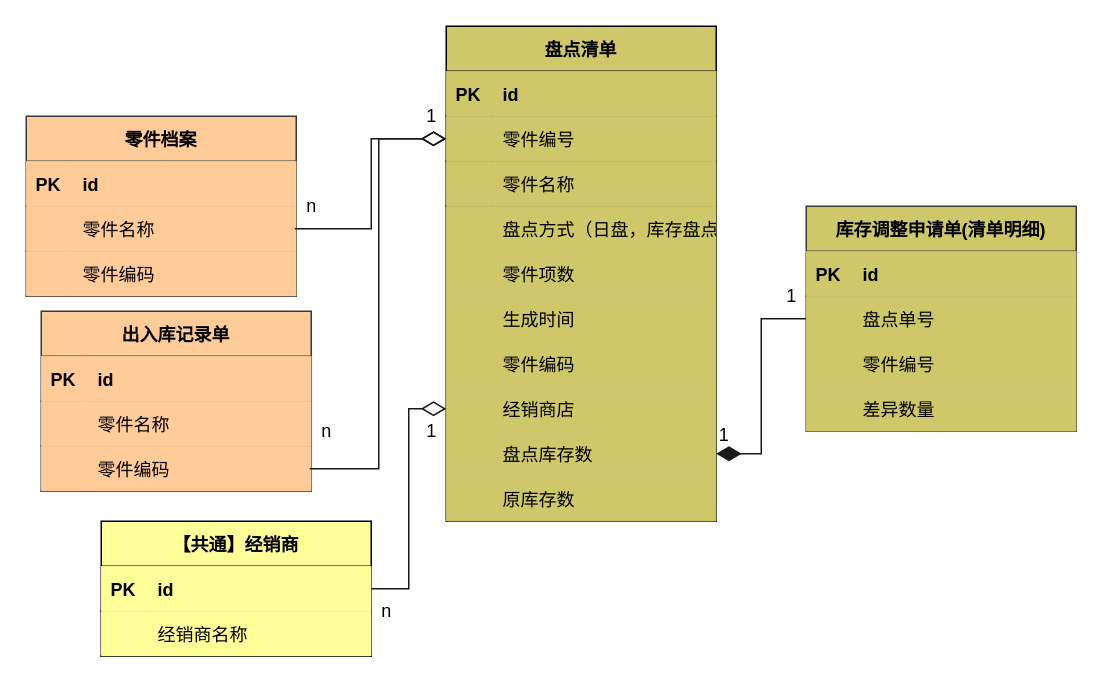
Earlier version of the draw.io diagram page "聚合根" (5 of 6) of 库存管理-库存盘点.drawio (1132489442/gitRepository1). Source tidied: cells renumbered, new cells numbered last; positions are measured from the earlier drawing's top-left corner, leaving out a move shared by most shapes. Both pictures are drawn from the tidied source at 150%, with x=0, y=0 at pixel (26, 26).
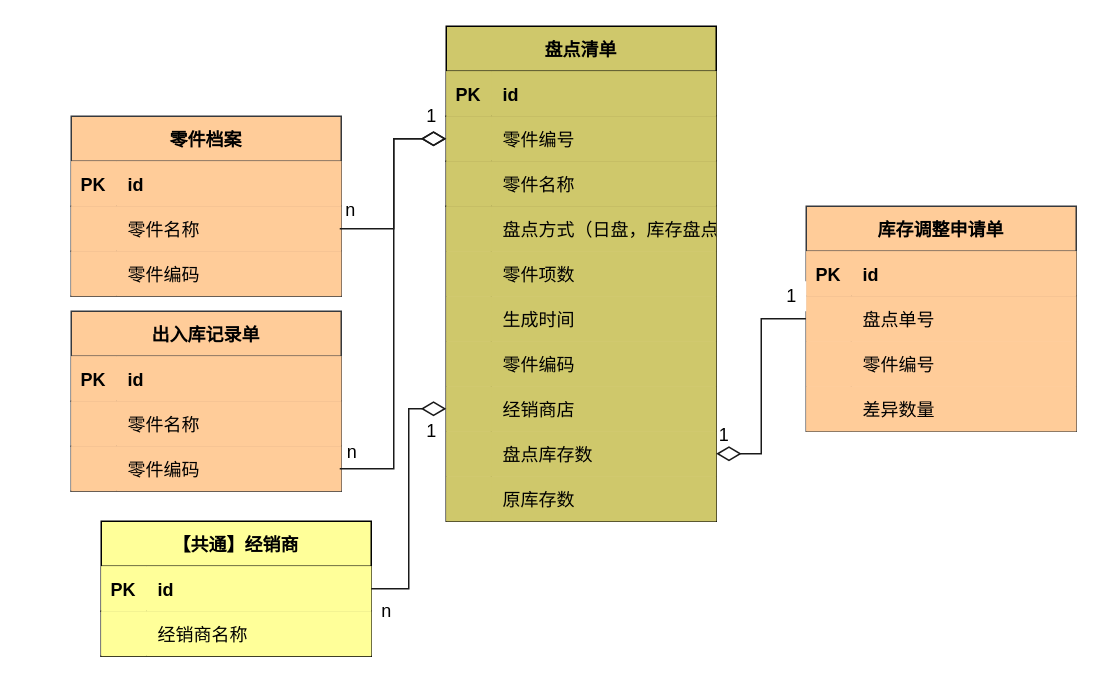
After the change.

Unchanged cells that the change refers to:
```xml
<mxCell id="27" style="shape=tableRow;horizontal=0;startSize=0;swimlaneHead=0;swimlaneBody=0;fillColor=#CFC86B;points=[[0,0.5],[1,0.5]];portConstraint=eastwest;top=0;left=0;right=0;bottom=0;" parent="2" vertex="1">
  <mxGeometry y="270" width="180" height="30" as="geometry" />
</mxCell>
```

Change to the diagram source:
```diff
@@
     <mxCell id="33" value="零件档案" style="shape=table;startSize=30;childLayout=tableLayout;rowLines=0;fontStyle=1;align=center;fillColor=#ffcc99;strokeColor=#36393d;" parent="1" vertex="1">
-      <mxGeometry y="60" width="180" height="120" as="geometry" />
+      <mxGeometry x="30" y="60" width="180" height="120" as="geometry" />
     </mxCell>
@@
     <mxCell id="43" value="出入库记录单" style="shape=table;startSize=30;childLayout=tableLayout;rowLines=0;fontStyle=1;align=center;fillColor=#ffcc99;strokeColor=#36393d;" parent="1" vertex="1">
-      <mxGeometry x="10" y="190" width="180" height="120" as="geometry" />
+      <mxGeometry x="30" y="190" width="180" height="120" as="geometry" />
     </mxCell>
@@
-    <mxCell id="63" style="endArrow=none;html=1;endSize=12;startArrow=diamondThin;startSize=14;startFill=1;edgeStyle=orthogonalEdgeStyle;align=left;verticalAlign=bottom;rounded=0;targetPerimeterSpacing=-1;strokeColor=#1A1A1A;exitX=1;exitY=0.5;exitDx=0;exitDy=0;endFill=0;" parent="1" edge="1" source="27" target="68">
+    <mxCell id="63" style="endArrow=none;html=1;endSize=12;startArrow=diamondThin;startSize=14;startFill=0;edgeStyle=orthogonalEdgeStyle;align=left;verticalAlign=bottom;rounded=0;targetPerimeterSpacing=-1;strokeColor=#1A1A1A;exitX=1;exitY=0.5;exitDx=0;exitDy=0;endFill=0;" parent="1" edge="1" source="27" target="68">
       <mxGeometry x="-1" y="3" relative="1" as="geometry" />
     </mxCell>
-    <mxCell id="64" value="库存调整申请单(清单明细)" style="shape=table;startSize=30;childLayout=tableLayout;rowLines=0;fontStyle=1;align=center;fillColor=#CFC86B;strokeColor=#36393d;" parent="1" vertex="1">
+    <mxCell id="64" value="库存调整申请单" style="shape=table;startSize=30;childLayout=tableLayout;rowLines=0;fontStyle=1;align=center;fillColor=#FFCC99;strokeColor=#36393d;" parent="1" vertex="1">
       <mxGeometry x="520" y="120" width="180" height="150" as="geometry" />
     </mxCell>
-    <mxCell id="65" style="shape=tableRow;horizontal=0;startSize=0;swimlaneHead=0;swimlaneBody=0;fillColor=#CFC86B;top=0;left=0;right=0;bottom=1;strokeColor=#36393d;" parent="64" vertex="1">
+    <mxCell id="65" style="shape=tableRow;horizontal=0;startSize=0;swimlaneHead=0;swimlaneBody=0;fillColor=#FFCC99;top=0;left=0;right=0;bottom=1;strokeColor=#36393d;" parent="64" vertex="1">
       <mxGeometry y="30" width="180" height="30" as="geometry" />
     </mxCell>
-    <mxCell id="66" value="PK" style="shape=partialRectangle;fillColor=#CFC86B;top=0;left=0;bottom=0;right=0;fontStyle=1;overflow=hidden;strokeColor=#36393d;" parent="65" vertex="1">
+    <mxCell id="66" value="PK" style="shape=partialRectangle;fillColor=#FFCC99;top=0;left=0;bottom=0;right=0;fontStyle=1;overflow=hidden;strokeColor=#36393d;" parent="65" vertex="1">
       <mxGeometry width="30" height="30" as="geometry" />
     </mxCell>
-    <mxCell id="67" value="id" style="shape=partialRectangle;fillColor=#CFC86B;top=0;left=0;bottom=0;right=0;align=left;spacingLeft=6;fontStyle=1;overflow=hidden;strokeColor=#36393d;" parent="65" vertex="1">
+    <mxCell id="67" value="id" style="shape=partialRectangle;fillColor=#FFCC99;top=0;left=0;bottom=0;right=0;align=left;spacingLeft=6;fontStyle=1;overflow=hidden;strokeColor=#36393d;" parent="65" vertex="1">
       <mxGeometry x="30" width="150" height="30" as="geometry" />
     </mxCell>
-    <mxCell id="68" style="shape=tableRow;horizontal=0;startSize=0;swimlaneHead=0;swimlaneBody=0;fillColor=#CFC86B;points=[[0,0.5],[1,0.5]];portConstraint=eastwest;top=0;left=0;right=0;bottom=0;strokeColor=#36393d;" parent="64" vertex="1">
+    <mxCell id="68" style="shape=tableRow;horizontal=0;startSize=0;swimlaneHead=0;swimlaneBody=0;fillColor=#FFCC99;points=[[0,0.5],[1,0.5]];portConstraint=eastwest;top=0;left=0;right=0;bottom=0;strokeColor=#36393d;" parent="64" vertex="1">
       <mxGeometry y="60" width="180" height="30" as="geometry" />
     </mxCell>
-    <mxCell id="69" style="shape=partialRectangle;fillColor=#CFC86B;top=0;left=0;bottom=0;right=0;overflow=hidden;strokeColor=#36393d;" parent="68" vertex="1">
+    <mxCell id="69" style="shape=partialRectangle;fillColor=#FFCC99;top=0;left=0;bottom=0;right=0;overflow=hidden;strokeColor=#36393d;" parent="68" vertex="1">
       <mxGeometry width="30" height="30" as="geometry" />
     </mxCell>
-    <mxCell id="70" value="盘点单号" style="shape=partialRectangle;fillColor=#CFC86B;top=0;left=0;bottom=0;right=0;align=left;spacingLeft=6;overflow=hidden;strokeColor=#36393d;" parent="68" vertex="1">
+    <mxCell id="70" value="盘点单号" style="shape=partialRectangle;fillColor=#FFCC99;top=0;left=0;bottom=0;right=0;align=left;spacingLeft=6;overflow=hidden;strokeColor=#36393d;" parent="68" vertex="1">
       <mxGeometry x="30" width="150" height="30" as="geometry" />
     </mxCell>
-    <mxCell id="71" style="shape=tableRow;horizontal=0;startSize=0;swimlaneHead=0;swimlaneBody=0;fillColor=#CFC86B;top=0;left=0;right=0;bottom=0;strokeColor=#36393d;" parent="64" vertex="1">
+    <mxCell id="71" style="shape=tableRow;horizontal=0;startSize=0;swimlaneHead=0;swimlaneBody=0;fillColor=#FFCC99;top=0;left=0;right=0;bottom=0;strokeColor=#36393d;" parent="64" vertex="1">
       <mxGeometry y="90" width="180" height="30" as="geometry" />
     </mxCell>
-    <mxCell id="72" style="shape=partialRectangle;fillColor=#CFC86B;top=0;left=0;bottom=0;right=0;overflow=hidden;strokeColor=#36393d;" parent="71" vertex="1">
+    <mxCell id="72" style="shape=partialRectangle;fillColor=#FFCC99;top=0;left=0;bottom=0;right=0;overflow=hidden;strokeColor=#36393d;" parent="71" vertex="1">
       <mxGeometry width="30" height="30" as="geometry" />
     </mxCell>
-    <mxCell id="73" value="零件编号" style="shape=partialRectangle;fillColor=#CFC86B;top=0;left=0;bottom=0;right=0;align=left;spacingLeft=6;overflow=hidden;strokeColor=#36393d;" parent="71" vertex="1">
+    <mxCell id="73" value="零件编号" style="shape=partialRectangle;fillColor=#FFCC99;top=0;left=0;bottom=0;right=0;align=left;spacingLeft=6;overflow=hidden;strokeColor=#36393d;" parent="71" vertex="1">
       <mxGeometry x="30" width="150" height="30" as="geometry" />
     </mxCell>
-    <mxCell id="74" style="shape=tableRow;horizontal=0;startSize=0;swimlaneHead=0;swimlaneBody=0;fillColor=#CFC86B;top=0;left=0;right=0;bottom=0;strokeColor=#36393d;" parent="64" vertex="1">
+    <mxCell id="74" style="shape=tableRow;horizontal=0;startSize=0;swimlaneHead=0;swimlaneBody=0;fillColor=#FFCC99;top=0;left=0;right=0;bottom=0;strokeColor=#36393d;" parent="64" vertex="1">
       <mxGeometry y="120" width="180" height="30" as="geometry" />
     </mxCell>
-    <mxCell id="75" style="shape=partialRectangle;fillColor=#CFC86B;top=0;left=0;bottom=0;right=0;overflow=hidden;strokeColor=#36393d;" parent="74" vertex="1">
+    <mxCell id="75" style="shape=partialRectangle;fillColor=#FFCC99;top=0;left=0;bottom=0;right=0;overflow=hidden;strokeColor=#36393d;" parent="74" vertex="1">
       <mxGeometry width="30" height="30" as="geometry" />
     </mxCell>
-    <mxCell id="76" value="差异数量" style="shape=partialRectangle;fillColor=#CFC86B;top=0;left=0;bottom=0;right=0;align=left;spacingLeft=6;overflow=hidden;strokeColor=#36393d;" parent="74" vertex="1">
+    <mxCell id="76" value="差异数量" style="shape=partialRectangle;fillColor=#FFCC99;top=0;left=0;bottom=0;right=0;align=left;spacingLeft=6;overflow=hidden;strokeColor=#36393d;" parent="74" vertex="1">
       <mxGeometry x="30" width="150" height="30" as="geometry" />
     </mxCell>
@@
     <mxCell id="78" value="n" style="text;html=1;align=center;verticalAlign=middle;strokeColor=none;fillColor=none;" parent="1" vertex="1">
-      <mxGeometry x="180" y="110" width="20" height="20" as="geometry" />
+      <mxGeometry x="206" y="113" width="20" height="20" as="geometry" />
     </mxCell>
     <mxCell id="79" value="n" style="text;html=1;align=center;verticalAlign=middle;strokeColor=none;fillColor=none;" parent="1" vertex="1">
-      <mxGeometry x="190" y="260" width="20" height="20" as="geometry" />
+      <mxGeometry x="207" y="274" width="20" height="20" as="geometry" />
     </mxCell>
@@
-    <mxCell id="83" value="1" style="text;html=1;align=center;verticalAlign=middle;strokeColor=none;fillColor=none;" parent="1" vertex="1">
+    <mxCell id="83" value="1" style="text;html=1;align=center;verticalAlign=middle;strokeColor=none;fillColor=#FFFFFF;" parent="1" vertex="1">
       <mxGeometry x="500" y="170" width="20" height="20" as="geometry" />
     </mxCell>
```
